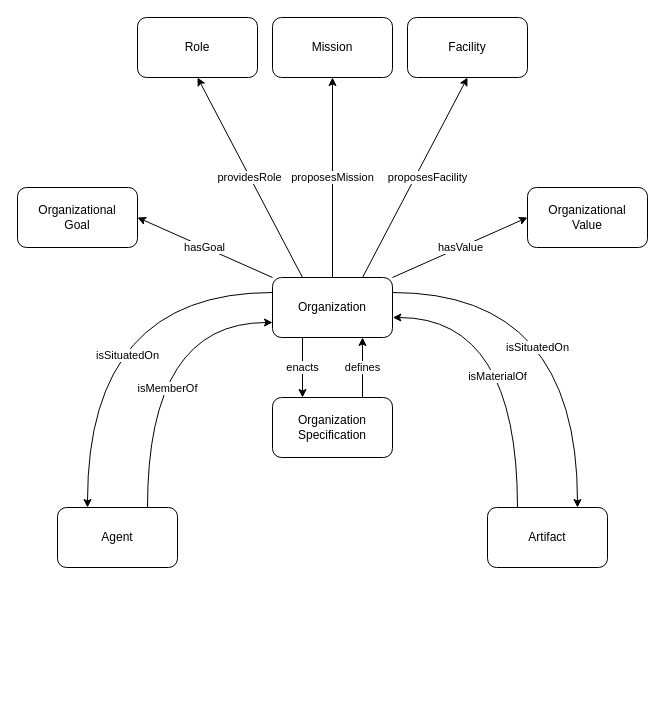
The draw.io diagram domains/logistics/create-organization/create-organization.drawio in HyperAgents/hmas, before the edit. Source tidied: cells renumbered, new cells numbered last; positions are measured from the earlier drawing's top-left corner, leaving out a move shared by most shapes. Both pictures are drawn from the tidied source at 100%, with x=0, y=0 at pixel (17, 17).
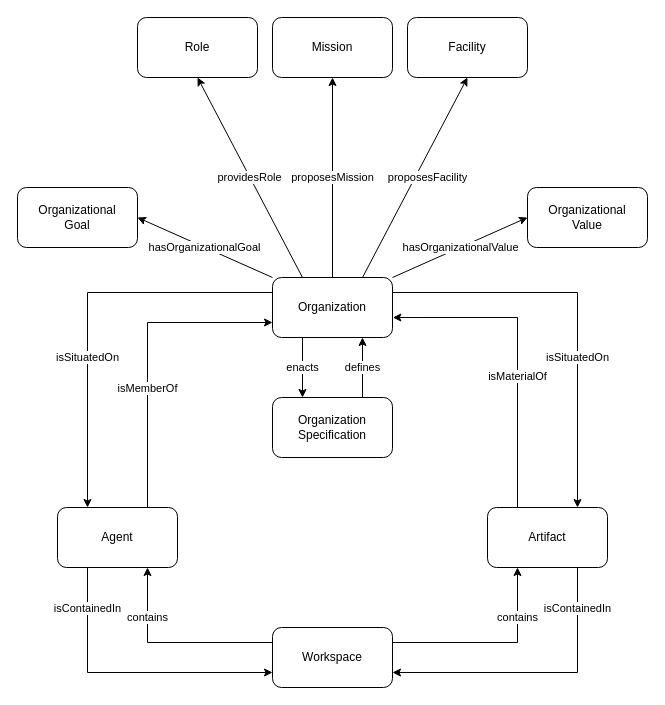
The same diagram, later.

Unchanged cells that the change refers to:
```xml
<mxCell id="9" value="Organization" style="rounded=1;whiteSpace=wrap;html=1;" parent="1" vertex="1">
  <mxGeometry x="255" y="260" width="120" height="60" as="geometry" />
</mxCell>
<mxCell id="15" value="Agent" style="rounded=1;whiteSpace=wrap;html=1;" parent="1" vertex="1">
  <mxGeometry x="40" y="490" width="120" height="60" as="geometry" />
</mxCell>
<mxCell id="18" value="Artifact" style="rounded=1;whiteSpace=wrap;html=1;" parent="1" vertex="1">
  <mxGeometry x="470" y="490" width="120" height="60" as="geometry" />
</mxCell>
<mxCell id="20" value="&lt;div&gt;Organizational&lt;/div&gt;&lt;div&gt;Goal&lt;/div&gt;" style="rounded=1;whiteSpace=wrap;html=1;" parent="1" vertex="1">
  <mxGeometry y="170" width="120" height="60" as="geometry" />
</mxCell>
<mxCell id="21" value="&lt;div&gt;Organizational&lt;/div&gt;&lt;div&gt;Value&lt;br&gt;&lt;/div&gt;" style="rounded=1;whiteSpace=wrap;html=1;" parent="1" vertex="1">
  <mxGeometry x="510" y="170" width="120" height="60" as="geometry" />
</mxCell>
```

Diff of the diagram source:
```diff
@@
-    <mxCell id="5" value="isSituatedOn" style="edgeStyle=orthogonalEdgeStyle;rounded=0;jettySize=auto;html=1;entryX=0.25;entryY=0;entryDx=0;entryDy=0;curved=1;exitX=0;exitY=0.25;exitDx=0;exitDy=0;" parent="1" edge="1" source="9" target="15">
-      <mxGeometry x="0.24" y="40" relative="1" as="geometry" />
+    <mxCell id="5" value="isSituatedOn" style="edgeStyle=orthogonalEdgeStyle;rounded=0;jettySize=auto;html=1;entryX=0.25;entryY=0;entryDx=0;entryDy=0;exitX=0;exitY=0.25;exitDx=0;exitDy=0;" parent="1" edge="1" source="9" target="15">
+      <mxGeometry x="0.25" relative="1" as="geometry" />
     </mxCell>
@@
-    <mxCell id="7" value="hasValue" style="rounded=0;jettySize=auto;html=1;exitX=1;exitY=0;exitDx=0;exitDy=0;entryX=0;entryY=0.5;entryDx=0;entryDy=0;" parent="1" edge="1" source="9" target="21">
+    <mxCell id="7" value="hasOrganizationalValue" style="rounded=0;jettySize=auto;html=1;exitX=1;exitY=0;exitDx=0;exitDy=0;entryX=0;entryY=0.5;entryDx=0;entryDy=0;" parent="1" edge="1" source="9" target="21">
       <mxGeometry relative="1" as="geometry" />
     </mxCell>
-    <mxCell id="8" value="hasGoal" style="rounded=0;jettySize=auto;html=1;exitX=0;exitY=0;exitDx=0;exitDy=0;entryX=1;entryY=0.5;entryDx=0;entryDy=0;" parent="1" edge="1" source="9" target="20">
+    <mxCell id="8" value="hasOrganizationalGoal" style="rounded=0;jettySize=auto;html=1;exitX=0;exitY=0;exitDx=0;exitDy=0;entryX=1;entryY=0.5;entryDx=0;entryDy=0;" parent="1" edge="1" source="9" target="20">
       <mxGeometry relative="1" as="geometry" />
     </mxCell>
@@
-    <mxCell id="14" value="isMemberOf" style="edgeStyle=orthogonalEdgeStyle;rounded=0;jettySize=auto;html=1;exitX=0.75;exitY=0;exitDx=0;exitDy=0;entryX=0;entryY=0.75;entryDx=0;entryDy=0;curved=1;" parent="1" edge="1" source="15" target="9">
-      <mxGeometry x="-0.23" y="-20" relative="1" as="geometry" />
+    <mxCell id="14" value="isMemberOf" style="edgeStyle=orthogonalEdgeStyle;rounded=0;jettySize=auto;html=1;exitX=0.75;exitY=0;exitDx=0;exitDy=0;entryX=0;entryY=0.75;entryDx=0;entryDy=0;" parent="1" edge="1" source="15" target="9">
+      <mxGeometry x="-0.23" relative="1" as="geometry" />
     </mxCell>
+    <mxCell id="22" value="isContainedIn" style="edgeStyle=orthogonalEdgeStyle;rounded=0;jettySize=auto;html=1;exitX=0.25;exitY=1;exitDx=0;exitDy=0;entryX=0;entryY=0.75;entryDx=0;entryDy=0;" parent="1" edge="1" source="15" target="26">
+      <mxGeometry x="-0.72" relative="1" as="geometry" />
+    </mxCell>
@@
-    <mxCell id="16" value="isSituatedOn" style="edgeStyle=orthogonalEdgeStyle;curved=1;rounded=0;jettySize=auto;html=1;exitX=0.75;exitY=0;exitDx=0;exitDy=0;entryX=1;entryY=0.25;entryDx=0;entryDy=0;startArrow=classic;startFill=1;endArrow=none;endFill=0;" parent="1" edge="1" source="18" target="9">
-      <mxGeometry x="-0.2" y="40" relative="1" as="geometry" />
+    <mxCell id="16" value="isSituatedOn" style="edgeStyle=orthogonalEdgeStyle;rounded=0;jettySize=auto;html=1;exitX=0.75;exitY=0;exitDx=0;exitDy=0;entryX=1;entryY=0.25;entryDx=0;entryDy=0;startArrow=classic;startFill=1;endArrow=none;endFill=0;" parent="1" edge="1" source="18" target="9">
+      <mxGeometry x="-0.25" relative="1" as="geometry" />
     </mxCell>
-    <mxCell id="17" value="isMaterialOf" style="edgeStyle=orthogonalEdgeStyle;rounded=0;jettySize=auto;html=1;exitX=0.25;exitY=0;exitDx=0;exitDy=0;entryX=1.003;entryY=0.667;entryDx=0;entryDy=0;curved=1;entryPerimeter=0;" parent="1" edge="1" source="18" target="9">
-      <mxGeometry x="-0.17" y="20" relative="1" as="geometry" />
+    <mxCell id="17" value="isMaterialOf" style="edgeStyle=orthogonalEdgeStyle;rounded=0;jettySize=auto;html=1;exitX=0.25;exitY=0;exitDx=0;exitDy=0;entryX=1.003;entryY=0.667;entryDx=0;entryDy=0;entryPerimeter=0;" parent="1" edge="1" source="18" target="9">
+      <mxGeometry x="-0.17" relative="1" as="geometry" />
     </mxCell>
+    <mxCell id="23" value="isContainedIn" style="edgeStyle=orthogonalEdgeStyle;rounded=0;jettySize=auto;html=1;exitX=0.75;exitY=1;exitDx=0;exitDy=0;entryX=1;entryY=0.75;entryDx=0;entryDy=0;" parent="1" edge="1" source="18" target="26">
+      <mxGeometry x="-0.72" relative="1" as="geometry" />
+    </mxCell>
@@
+    <mxCell id="24" value="contains" style="edgeStyle=orthogonalEdgeStyle;rounded=0;jettySize=auto;html=1;exitX=0;exitY=0.25;exitDx=0;exitDy=0;entryX=0.75;entryY=1;entryDx=0;entryDy=0;" parent="1" edge="1" source="26" target="15">
+      <mxGeometry x="0.5" relative="1" as="geometry" />
+    </mxCell>
+    <mxCell id="25" value="contains" style="edgeStyle=orthogonalEdgeStyle;rounded=0;jettySize=auto;html=1;exitX=1;exitY=0.25;exitDx=0;exitDy=0;entryX=0.25;entryY=1;entryDx=0;entryDy=0;" parent="1" edge="1" source="26" target="18">
+      <mxGeometry x="0.5" relative="1" as="geometry" />
+    </mxCell>
+    <mxCell id="26" value="Workspace" style="rounded=1;whiteSpace=wrap;html=1;" parent="1" vertex="1">
+      <mxGeometry x="255" y="610" width="120" height="60" as="geometry" />
+    </mxCell>
```
